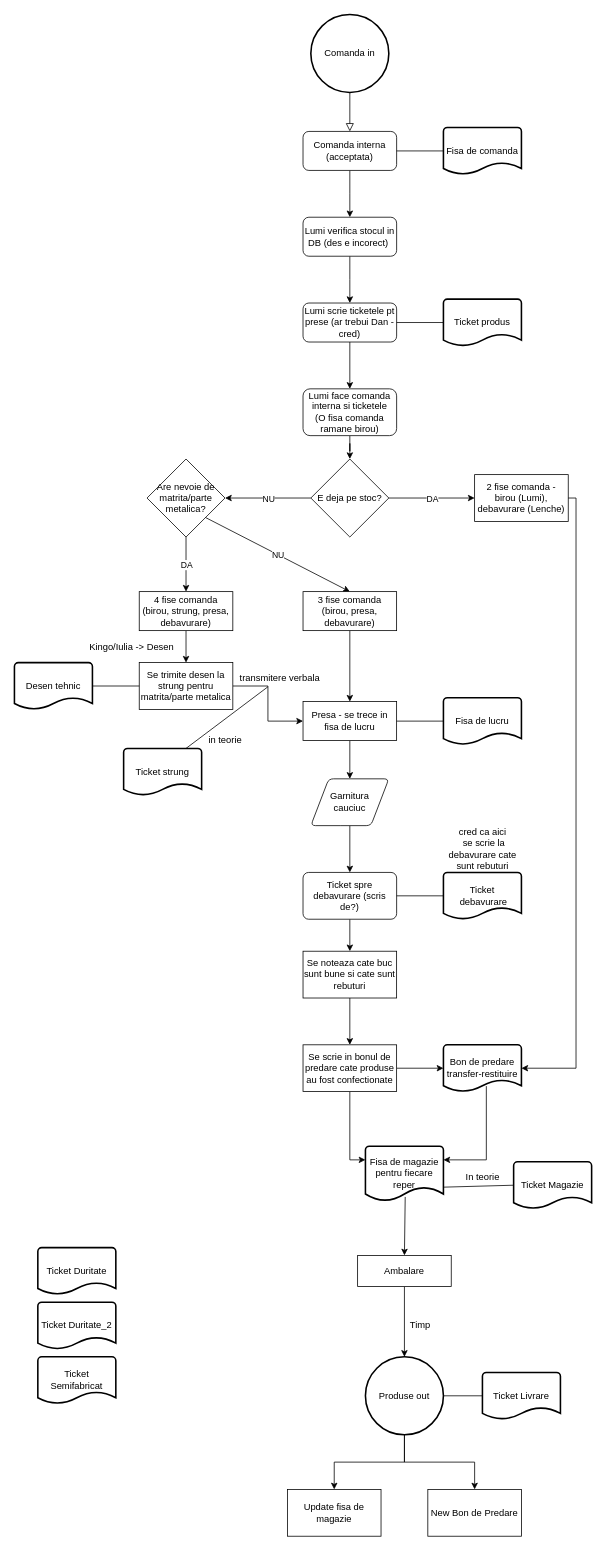
This is comandaFLow.drawio from CodeConjurerEth/Vulcom, a draw.io file, before an edit. Source tidied: cells renumbered, new cells numbered last; positions are measured from the earlier drawing's top-left corner, leaving out a move shared by most shapes. Both pictures are drawn from the tidied source at 78%, with x=0, y=0 at pixel (14, 14).
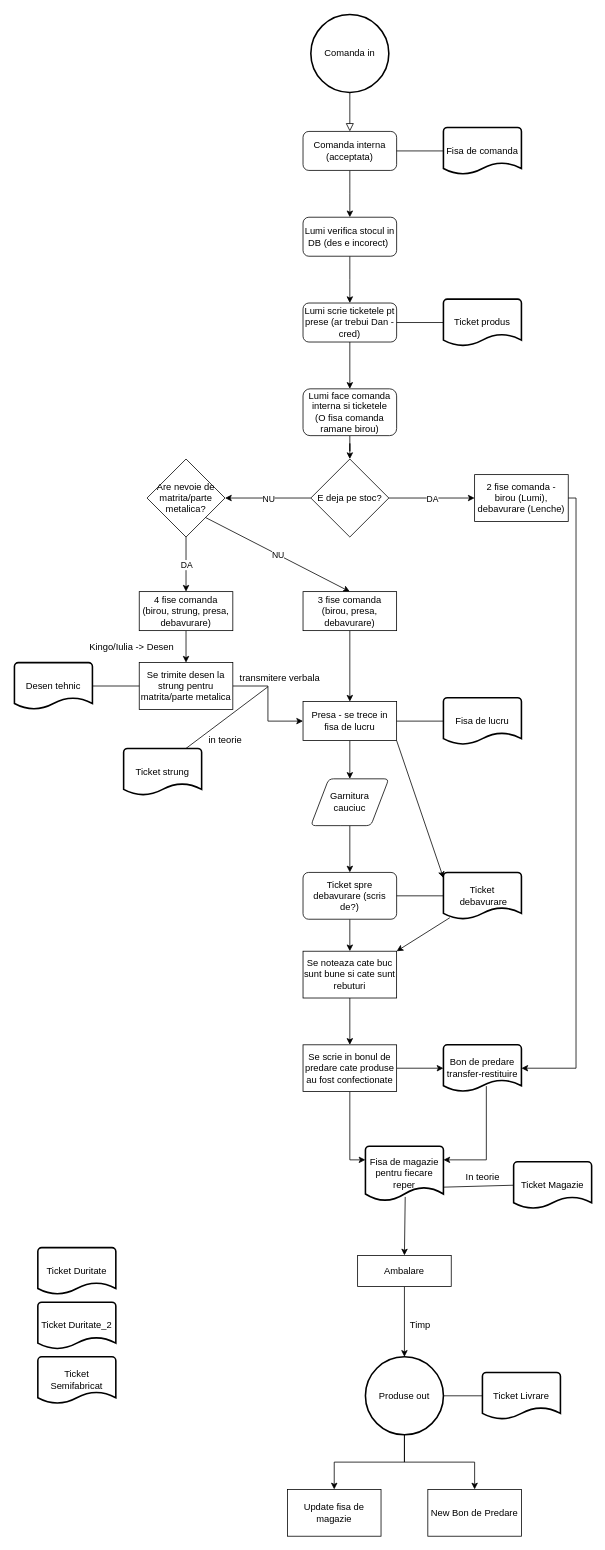
The same page after the edit.

Unchanged cells that the change refers to:
```xml
<mxCell id="26" value="Presa - se trece in fisa de lucru" style="rounded=0;whiteSpace=wrap;html=1;strokeWidth=1;" parent="1" vertex="1">
  <mxGeometry x="370" y="881" width="120" height="50" as="geometry" />
</mxCell>
<mxCell id="35" value="Ticket&lt;br&gt;&amp;nbsp;debavurare" style="strokeWidth=2;html=1;shape=mxgraph.flowchart.document2;whiteSpace=wrap;size=0.25;" parent="1" vertex="1">
  <mxGeometry x="550" y="1100" width="100" height="60" as="geometry" />
</mxCell>
<mxCell id="44" value="Se noteaza cate buc sunt bune si cate sunt rebuturi" style="rounded=0;whiteSpace=wrap;html=1;strokeWidth=1;" parent="1" vertex="1">
  <mxGeometry x="370" y="1201" width="120" height="60" as="geometry" />
</mxCell>
```

What changed in the source:
```diff
@@
-    <mxCell id="36" value="cred ca aici&lt;br&gt;&amp;nbsp;se scrie la &lt;br&gt;debavurare cate &lt;br&gt;sunt rebuturi" style="text;html=1;align=center;verticalAlign=middle;strokeColor=none;fillColor=none;" parent="1" vertex="1">
-      <mxGeometry x="550" y="1040" width="100" height="60" as="geometry" />
-    </mxCell>
@@
+    <mxCell id="76" style="endArrow=classic;html=1;rounded=0;exitX=1;exitY=1;exitDx=0;exitDy=0;entryX=0;entryY=0.119;entryDx=0;entryDy=0;entryPerimeter=0;" parent="1" edge="1" source="26" target="35">
+      <mxGeometry relative="1" as="geometry" />
+    </mxCell>
+    <mxCell id="77" style="endArrow=classic;html=1;rounded=0;exitX=0.083;exitY=0.967;exitDx=0;exitDy=0;exitPerimeter=0;entryX=1;entryY=0;entryDx=0;entryDy=0;" parent="1" edge="1" source="35" target="44">
+      <mxGeometry relative="1" as="geometry" />
+    </mxCell>
```
